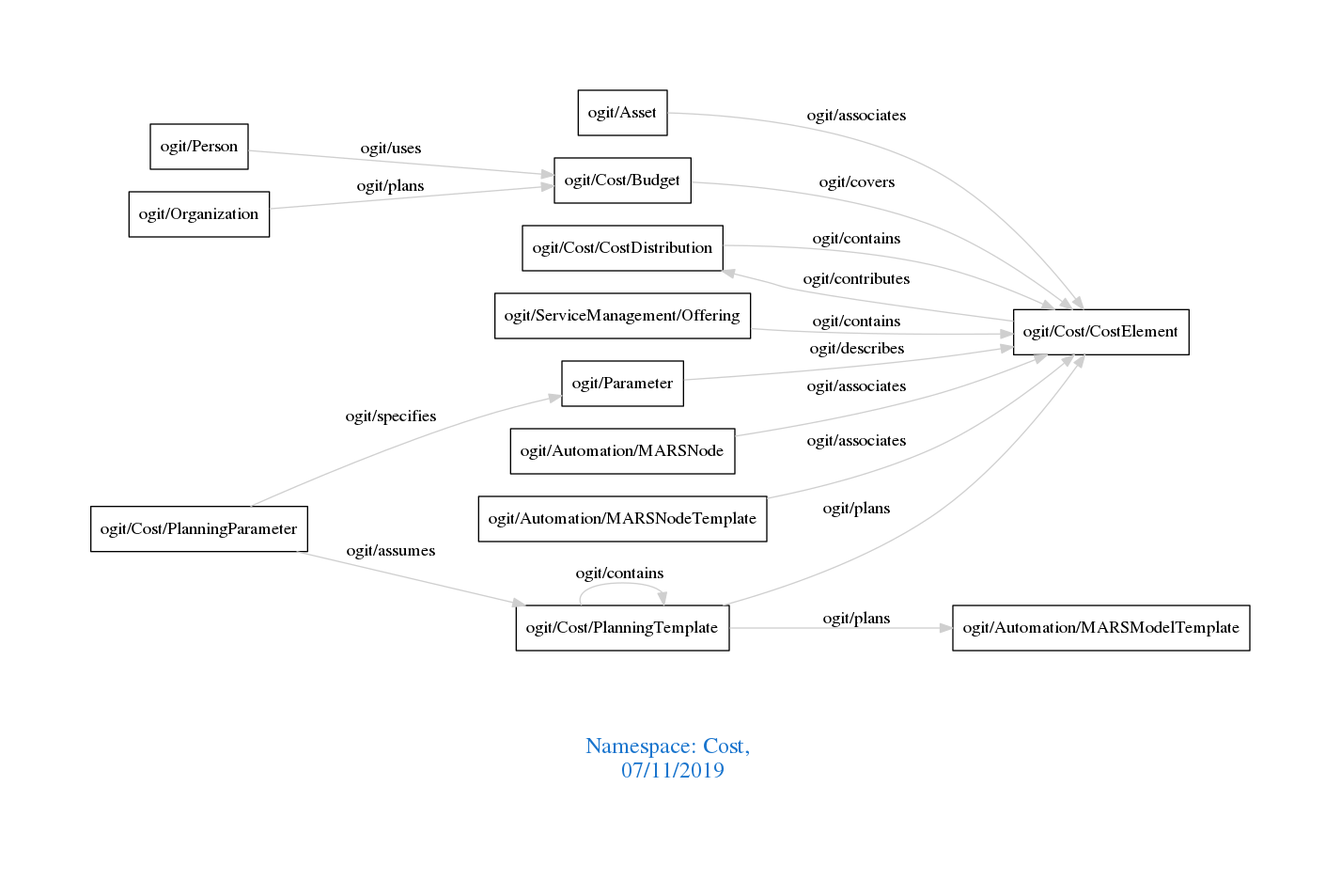
Before: downloads/Cost.png, a diagram exported from Graphviz (arago/OGIT). Its source is kept beside it as downloads/Cost.dot.
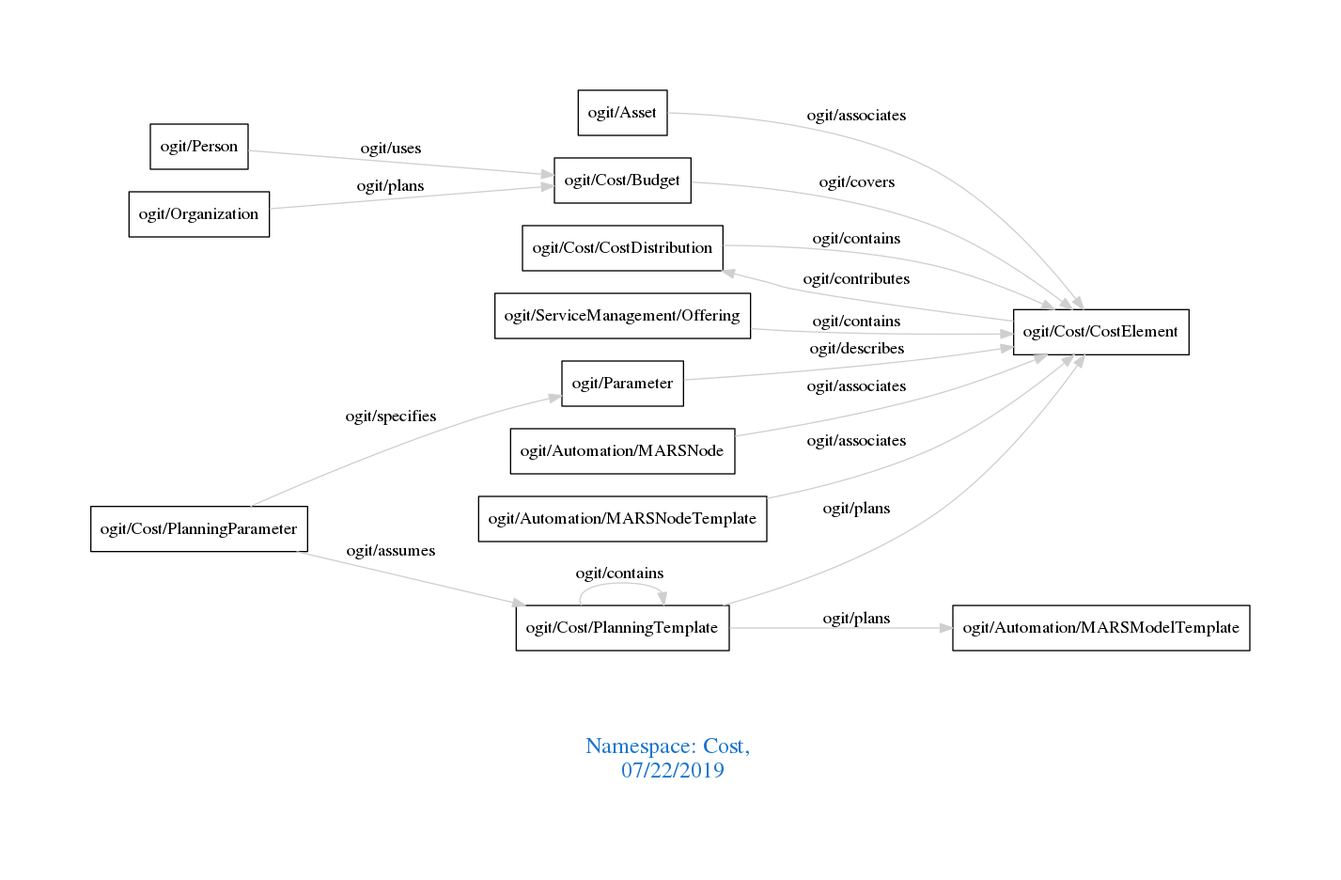
After the change.

The edit, as a diff of the source:
```diff
@@ -1,7 +1,7 @@
 digraph OGIT_ontology {
  graph [ rankdir= LR,pad=1
 fontsize = 18,
-fontcolor= dodgerblue3,label = "\n\n\nNamespace: Cost, \n 07/11/2019"];
+fontcolor= dodgerblue3,label = "\n\n\nNamespace: Cost, \n 07/22/2019"];
 node[shape=polygon];
 edge [  color="gray81"];
 
```
